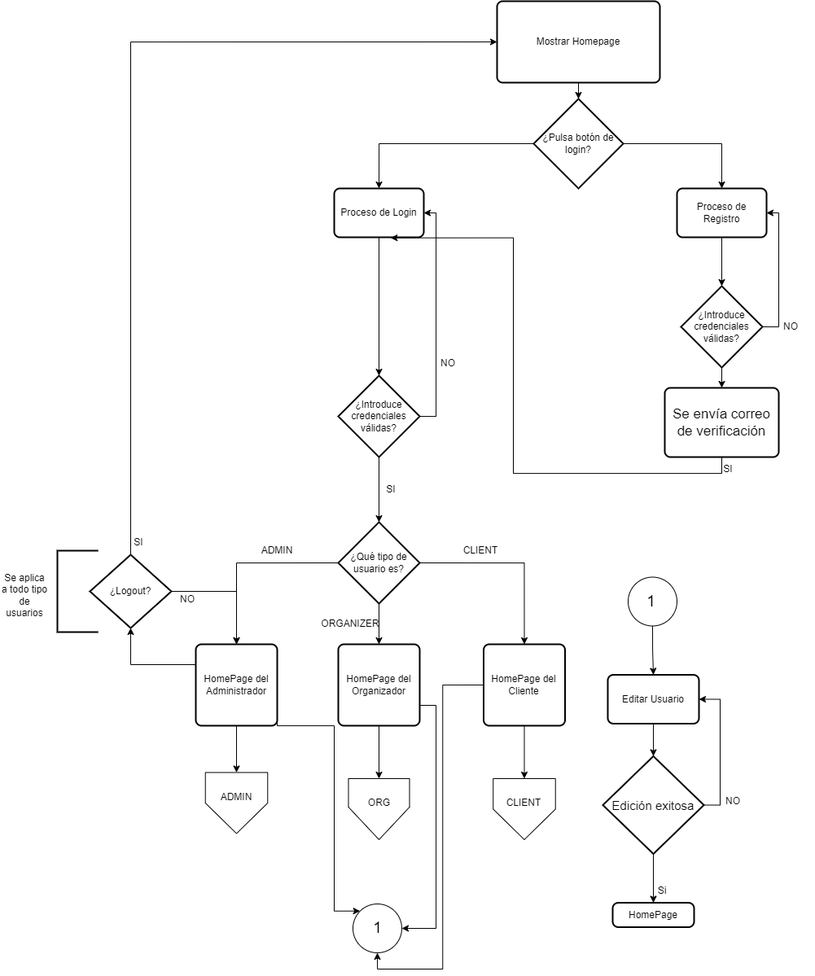
Above: memoriaTFG/FlujoEVS1.png in ruky00/EnterpriseEventSolutions (draw.io), before the change. Source tidied: cells renumbered, new cells last; positions are measured from the earlier drawing's top-left corner, leaving out a move shared by most shapes.
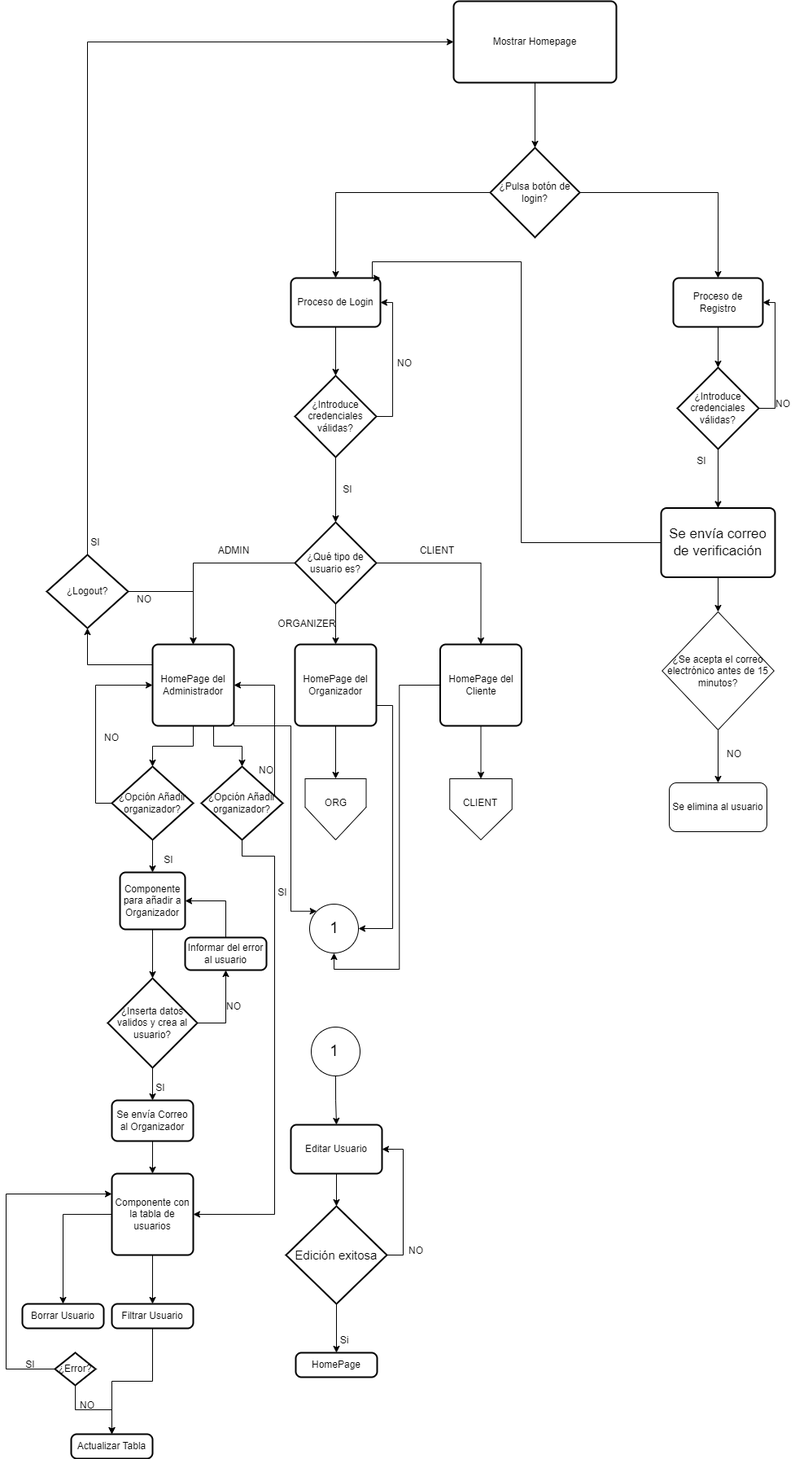
Above is the later version.

Change to the diagram source:
```diff
@@ -15,13 +15,13 @@
       <mxGeometry relative="1" as="geometry" />
     </mxCell>
     <mxCell id="6" value="¿Pulsa botón de login?" style="strokeWidth=2;html=1;shape=mxgraph.flowchart.decision;whiteSpace=wrap;" parent="1" vertex="1">
-      <mxGeometry x="655" y="120" width="110" height="110" as="geometry" />
+      <mxGeometry x="655" y="180" width="110" height="110" as="geometry" />
     </mxCell>
     <mxCell id="7" value="Proceso de Login" style="rounded=1;whiteSpace=wrap;html=1;absoluteArcSize=1;arcSize=14;strokeWidth=2;" parent="1" vertex="1">
-      <mxGeometry x="410" y="230" width="110" height="60" as="geometry" />
+      <mxGeometry x="410" y="340" width="110" height="60" as="geometry" />
     </mxCell>
     <mxCell id="8" value="Proceso de Registro" style="rounded=1;whiteSpace=wrap;html=1;absoluteArcSize=1;arcSize=14;strokeWidth=2;" parent="1" vertex="1">
-      <mxGeometry x="831" y="230" width="110" height="60" as="geometry" />
+      <mxGeometry x="880" y="340" width="110" height="60" as="geometry" />
     </mxCell>
     <mxCell id="9" style="edgeStyle=orthogonalEdgeStyle;rounded=0;jettySize=auto;html=1;exitX=1;exitY=0.5;exitDx=0;exitDy=0;exitPerimeter=0;entryX=1;entryY=0.5;entryDx=0;entryDy=0;" parent="1" edge="1" source="10" target="7">
       <mxGeometry relative="1" as="geometry" />
@@ -53,9 +53,6 @@
     <mxCell id="18" value="SI" style="text;html=1;align=center;verticalAlign=middle;whiteSpace=wrap;rounded=0;" parent="1" vertex="1">
       <mxGeometry x="450" y="584.5" width="60" height="30" as="geometry" />
     </mxCell>
-    <mxCell id="19" style="edgeStyle=orthogonalEdgeStyle;rounded=0;jettySize=auto;html=1;exitX=0.5;exitY=1;exitDx=0;exitDy=0;entryX=0.5;entryY=0;entryDx=0;entryDy=0;" parent="1" edge="1" source="20" target="62">
-      <mxGeometry relative="1" as="geometry" />
-    </mxCell>
     <mxCell id="20" value="HomePage del Administrador" style="rounded=1;whiteSpace=wrap;html=1;absoluteArcSize=1;arcSize=14;strokeWidth=2;" parent="1" vertex="1">
       <mxGeometry x="240" y="790" width="100" height="100" as="geometry" />
     </mxCell>
@@ -80,6 +77,127 @@
     <mxCell id="27" value="CLIENT" style="text;html=1;align=center;verticalAlign=middle;whiteSpace=wrap;rounded=0;" parent="1" vertex="1">
       <mxGeometry x="560" y="660" width="60" height="30" as="geometry" />
     </mxCell>
+    <mxCell id="66" style="edgeStyle=orthogonalEdgeStyle;rounded=0;jettySize=auto;html=1;exitX=0;exitY=0.5;exitDx=0;exitDy=0;exitPerimeter=0;entryX=0;entryY=0.5;entryDx=0;entryDy=0;" parent="1" edge="1" source="68" target="20">
+      <mxGeometry relative="1" as="geometry" />
+    </mxCell>
+    <mxCell id="67" style="edgeStyle=orthogonalEdgeStyle;rounded=0;jettySize=auto;html=1;exitX=0.5;exitY=1;exitDx=0;exitDy=0;exitPerimeter=0;entryX=0.5;entryY=0;entryDx=0;entryDy=0;" parent="1" edge="1" source="68" target="71">
+      <mxGeometry relative="1" as="geometry" />
+    </mxCell>
+    <mxCell id="68" value="¿Opción Añadir organizador?" style="strokeWidth=2;html=1;shape=mxgraph.flowchart.decision;whiteSpace=wrap;" parent="1" vertex="1">
+      <mxGeometry x="190" y="940" width="100" height="90" as="geometry" />
+    </mxCell>
+    <mxCell id="69" style="edgeStyle=orthogonalEdgeStyle;rounded=0;jettySize=auto;html=1;exitX=0.5;exitY=1;exitDx=0;exitDy=0;entryX=0.5;entryY=0;entryDx=0;entryDy=0;entryPerimeter=0;" parent="1" edge="1" source="20" target="68">
+      <mxGeometry relative="1" as="geometry" />
+    </mxCell>
+    <mxCell id="70" value="NO" style="text;html=1;align=center;verticalAlign=middle;whiteSpace=wrap;rounded=0;" parent="1" vertex="1">
+      <mxGeometry x="160" y="890" width="60" height="30" as="geometry" />
+    </mxCell>
+    <mxCell id="71" value="Componente para añadir a Organizador" style="rounded=1;whiteSpace=wrap;html=1;absoluteArcSize=1;arcSize=14;strokeWidth=2;" parent="1" vertex="1">
+      <mxGeometry x="200" y="1070" width="80" height="70" as="geometry" />
+    </mxCell>
+    <mxCell id="72" value="SI" style="text;html=1;align=center;verticalAlign=middle;whiteSpace=wrap;rounded=0;" parent="1" vertex="1">
+      <mxGeometry x="230" y="1040" width="60" height="30" as="geometry" />
+    </mxCell>
+    <mxCell id="73" style="edgeStyle=orthogonalEdgeStyle;rounded=0;jettySize=auto;html=1;exitX=1;exitY=0.5;exitDx=0;exitDy=0;exitPerimeter=0;" parent="1" edge="1" source="75" target="81">
+      <mxGeometry relative="1" as="geometry" />
+    </mxCell>
+    <mxCell id="74" style="edgeStyle=orthogonalEdgeStyle;rounded=0;jettySize=auto;html=1;exitX=0.5;exitY=1;exitDx=0;exitDy=0;exitPerimeter=0;entryX=0.5;entryY=0;entryDx=0;entryDy=0;" parent="1" edge="1" source="75" target="84">
+      <mxGeometry relative="1" as="geometry" />
+    </mxCell>
+    <mxCell id="75" value="¿Inserta datos validos y crea al usuario?" style="strokeWidth=2;html=1;shape=mxgraph.flowchart.decision;whiteSpace=wrap;" parent="1" vertex="1">
+      <mxGeometry x="185" y="1200" width="110" height="110" as="geometry" />
+    </mxCell>
+    <mxCell id="76" style="edgeStyle=orthogonalEdgeStyle;rounded=0;jettySize=auto;html=1;exitX=0.5;exitY=1;exitDx=0;exitDy=0;entryX=0.5;entryY=0;entryDx=0;entryDy=0;entryPerimeter=0;" parent="1" edge="1" source="71" target="75">
+      <mxGeometry relative="1" as="geometry" />
+    </mxCell>
+    <mxCell id="77" style="edgeStyle=orthogonalEdgeStyle;rounded=0;jettySize=auto;html=1;exitX=0;exitY=0.5;exitDx=0;exitDy=0;entryX=0.5;entryY=0;entryDx=0;entryDy=0;" parent="1" edge="1" source="79" target="92">
+      <mxGeometry relative="1" as="geometry" />
+    </mxCell>
+    <mxCell id="78" style="edgeStyle=orthogonalEdgeStyle;rounded=0;jettySize=auto;html=1;exitX=0.5;exitY=1;exitDx=0;exitDy=0;entryX=0.5;entryY=0;entryDx=0;entryDy=0;" parent="1" edge="1" source="79" target="94">
+      <mxGeometry relative="1" as="geometry" />
+    </mxCell>
+    <mxCell id="79" value="Componente con la tabla de usuarios" style="rounded=1;whiteSpace=wrap;html=1;absoluteArcSize=1;arcSize=14;strokeWidth=2;" parent="1" vertex="1">
+      <mxGeometry x="190" y="1440" width="100" height="100" as="geometry" />
+    </mxCell>
+    <mxCell id="80" style="edgeStyle=orthogonalEdgeStyle;rounded=0;jettySize=auto;html=1;exitX=0.5;exitY=0;exitDx=0;exitDy=0;entryX=1;entryY=0.5;entryDx=0;entryDy=0;" parent="1" edge="1" source="81" target="71">
+      <mxGeometry relative="1" as="geometry" />
+    </mxCell>
+    <mxCell id="81" value="Informar del error al usuario" style="rounded=1;whiteSpace=wrap;html=1;absoluteArcSize=1;arcSize=14;strokeWidth=2;" parent="1" vertex="1">
+      <mxGeometry x="280" y="1150" width="100" height="40" as="geometry" />
+    </mxCell>
+    <mxCell id="82" value="NO" style="text;html=1;align=center;verticalAlign=middle;whiteSpace=wrap;rounded=0;" parent="1" vertex="1">
+      <mxGeometry x="310" y="1220" width="60" height="30" as="geometry" />
+    </mxCell>
+    <mxCell id="83" style="edgeStyle=orthogonalEdgeStyle;rounded=0;jettySize=auto;html=1;exitX=0.5;exitY=1;exitDx=0;exitDy=0;entryX=0.5;entryY=0;entryDx=0;entryDy=0;" parent="1" edge="1" source="84" target="79">
+      <mxGeometry relative="1" as="geometry" />
+    </mxCell>
+    <mxCell id="84" value="Se envía Correo al Organizador" style="rounded=1;whiteSpace=wrap;html=1;absoluteArcSize=1;arcSize=14;strokeWidth=2;" parent="1" vertex="1">
+      <mxGeometry x="190" y="1350" width="100" height="50" as="geometry" />
+    </mxCell>
+    <mxCell id="85" value="SI" style="text;html=1;align=center;verticalAlign=middle;whiteSpace=wrap;rounded=0;" parent="1" vertex="1">
+      <mxGeometry x="220" y="1320" width="60" height="30" as="geometry" />
+    </mxCell>
+    <mxCell id="86" style="edgeStyle=orthogonalEdgeStyle;rounded=0;jettySize=auto;html=1;exitX=1;exitY=0.5;exitDx=0;exitDy=0;exitPerimeter=0;entryX=1;entryY=0.5;entryDx=0;entryDy=0;" parent="1" edge="1" source="88" target="20">
+      <mxGeometry relative="1" as="geometry">
+        <Array as="points">
+          <mxPoint x="390" y="985" />
+          <mxPoint x="390" y="840" />
+        </Array>
+      </mxGeometry>
+    </mxCell>
+    <mxCell id="87" style="edgeStyle=orthogonalEdgeStyle;rounded=0;jettySize=auto;html=1;exitX=0.5;exitY=1;exitDx=0;exitDy=0;exitPerimeter=0;entryX=1;entryY=0.5;entryDx=0;entryDy=0;" parent="1" edge="1" source="88" target="79">
+      <mxGeometry relative="1" as="geometry">
+        <Array as="points">
+          <mxPoint x="350" y="1050" />
+          <mxPoint x="390" y="1050" />
+          <mxPoint x="390" y="1490" />
+        </Array>
+      </mxGeometry>
+    </mxCell>
+    <mxCell id="88" value="¿Opción Añadir organizador?" style="strokeWidth=2;html=1;shape=mxgraph.flowchart.decision;whiteSpace=wrap;" parent="1" vertex="1">
+      <mxGeometry x="300" y="940" width="100" height="90" as="geometry" />
+    </mxCell>
+    <mxCell id="89" style="edgeStyle=orthogonalEdgeStyle;rounded=0;jettySize=auto;html=1;exitX=0.75;exitY=1;exitDx=0;exitDy=0;entryX=0.5;entryY=0;entryDx=0;entryDy=0;entryPerimeter=0;" parent="1" edge="1" source="20" target="88">
+      <mxGeometry relative="1" as="geometry" />
+    </mxCell>
+    <mxCell id="90" value="SI" style="text;html=1;align=center;verticalAlign=middle;whiteSpace=wrap;rounded=0;" parent="1" vertex="1">
+      <mxGeometry x="370" y="1080" width="60" height="30" as="geometry" />
+    </mxCell>
+    <mxCell id="91" value="NO" style="text;html=1;align=center;verticalAlign=middle;whiteSpace=wrap;rounded=0;" parent="1" vertex="1">
+      <mxGeometry x="350" y="930" width="60" height="30" as="geometry" />
+    </mxCell>
+    <mxCell id="92" value="Borrar Usuario" style="rounded=1;whiteSpace=wrap;html=1;absoluteArcSize=1;arcSize=14;strokeWidth=2;" parent="1" vertex="1">
+      <mxGeometry x="80" y="1600" width="100" height="30" as="geometry" />
+    </mxCell>
+    <mxCell id="93" style="edgeStyle=orthogonalEdgeStyle;rounded=0;jettySize=auto;html=1;exitX=0.5;exitY=1;exitDx=0;exitDy=0;entryX=0.5;entryY=0;entryDx=0;entryDy=0;" parent="1" edge="1" source="94" target="95">
+      <mxGeometry relative="1" as="geometry" />
+    </mxCell>
+    <mxCell id="94" value="Filtrar Usuario" style="rounded=1;whiteSpace=wrap;html=1;absoluteArcSize=1;arcSize=14;strokeWidth=2;" parent="1" vertex="1">
+      <mxGeometry x="190" y="1600" width="100" height="30" as="geometry" />
+    </mxCell>
+    <mxCell id="95" value="Actualizar Tabla" style="rounded=1;whiteSpace=wrap;html=1;absoluteArcSize=1;arcSize=14;strokeWidth=2;" parent="1" vertex="1">
+      <mxGeometry x="140" y="1760" width="100" height="30" as="geometry" />
+    </mxCell>
+    <mxCell id="96" style="edgeStyle=orthogonalEdgeStyle;rounded=0;jettySize=auto;html=1;entryX=0.5;entryY=0;entryDx=0;entryDy=0;" parent="1" edge="1" source="98" target="95">
+      <mxGeometry relative="1" as="geometry" />
+    </mxCell>
+    <mxCell id="97" style="edgeStyle=orthogonalEdgeStyle;rounded=0;jettySize=auto;html=1;exitX=0;exitY=0.5;exitDx=0;exitDy=0;exitPerimeter=0;entryX=0;entryY=0.25;entryDx=0;entryDy=0;" parent="1" edge="1" source="98" target="79">
+      <mxGeometry relative="1" as="geometry">
+        <Array as="points">
+          <mxPoint x="60" y="1680" />
+          <mxPoint x="60" y="1465" />
+        </Array>
+      </mxGeometry>
+    </mxCell>
+    <mxCell id="98" value="¿Error?" style="strokeWidth=2;html=1;shape=mxgraph.flowchart.decision;whiteSpace=wrap;" parent="1" vertex="1">
+      <mxGeometry x="120" y="1660" width="50" height="40" as="geometry" />
+    </mxCell>
+    <mxCell id="99" value="NO" style="text;html=1;align=center;verticalAlign=middle;whiteSpace=wrap;rounded=0;" parent="1" vertex="1">
+      <mxGeometry x="130" y="1710" width="60" height="30" as="geometry" />
+    </mxCell>
+    <mxCell id="100" value="SI" style="text;html=1;align=center;verticalAlign=middle;whiteSpace=wrap;rounded=0;" parent="1" vertex="1">
+      <mxGeometry x="60" y="1660" width="60" height="30" as="geometry" />
+    </mxCell>
     <mxCell id="28" style="verticalLabelPosition=bottom;verticalAlign=top;html=1;shape=offPageConnector;rounded=0;size=0.5333333333333333;" parent="1" vertex="1">
       <mxGeometry x="427.5" y="955" width="75" height="75" as="geometry" />
     </mxCell>
@@ -132,16 +250,16 @@
       <mxGeometry relative="1" as="geometry" />
     </mxCell>
     <mxCell id="43" style="verticalLabelPosition=bottom;verticalAlign=top;html=1;shape=mxgraph.flowchart.on-page_reference;" parent="1" vertex="1">
-      <mxGeometry x="771" y="707.5" width="60" height="60" as="geometry" />
+      <mxGeometry x="435" y="1260" width="60" height="60" as="geometry" />
     </mxCell>
     <mxCell id="44" value="Editar Usuario" style="rounded=1;whiteSpace=wrap;html=1;absoluteArcSize=1;arcSize=14;strokeWidth=2;" parent="1" vertex="1">
-      <mxGeometry x="746" y="827.5" width="112" height="60" as="geometry" />
+      <mxGeometry x="410" y="1380" width="112" height="60" as="geometry" />
     </mxCell>
     <mxCell id="45" value="&lt;font style=&quot;font-size: 19px;&quot;&gt;1&lt;/font&gt;" style="text;html=1;align=center;verticalAlign=middle;whiteSpace=wrap;rounded=0;" parent="1" vertex="1">
       <mxGeometry x="419.5" y="1116" width="87" height="46" as="geometry" />
     </mxCell>
     <mxCell id="46" value="&lt;font style=&quot;font-size: 19px;&quot;&gt;1&lt;/font&gt;" style="text;html=1;align=center;verticalAlign=middle;whiteSpace=wrap;rounded=0;" parent="1" vertex="1">
-      <mxGeometry x="755.5" y="714.5" width="87" height="46" as="geometry" />
+      <mxGeometry x="419.5" y="1267" width="87" height="46" as="geometry" />
     </mxCell>
     <mxCell id="47" style="edgeStyle=orthogonalEdgeStyle;rounded=0;jettySize=auto;html=1;exitX=0.5;exitY=1;exitDx=0;exitDy=0;exitPerimeter=0;entryX=0.5;entryY=0;entryDx=0;entryDy=0;" parent="1" edge="1" source="49" target="51">
       <mxGeometry relative="1" as="geometry" />
@@ -150,19 +268,19 @@
       <mxGeometry relative="1" as="geometry" />
     </mxCell>
     <mxCell id="49" value="&lt;font style=&quot;font-size: 15px;&quot;&gt;Edición exitosa&lt;/font&gt;" style="strokeWidth=2;html=1;shape=mxgraph.flowchart.decision;whiteSpace=wrap;" parent="1" vertex="1">
-      <mxGeometry x="740" y="927.5" width="124" height="120" as="geometry" />
+      <mxGeometry x="404" y="1480" width="124" height="120" as="geometry" />
     </mxCell>
     <mxCell id="50" style="edgeStyle=orthogonalEdgeStyle;rounded=0;jettySize=auto;html=1;exitX=0.5;exitY=1;exitDx=0;exitDy=0;entryX=0.5;entryY=0;entryDx=0;entryDy=0;entryPerimeter=0;" parent="1" edge="1" source="44" target="49">
       <mxGeometry relative="1" as="geometry" />
     </mxCell>
     <mxCell id="51" value="HomePage" style="rounded=1;whiteSpace=wrap;html=1;absoluteArcSize=1;arcSize=14;strokeWidth=2;" parent="1" vertex="1">
-      <mxGeometry x="752" y="1107.5" width="100" height="30" as="geometry" />
+      <mxGeometry x="416" y="1660" width="100" height="30" as="geometry" />
     </mxCell>
     <mxCell id="52" value="NO" style="text;html=1;align=center;verticalAlign=middle;whiteSpace=wrap;rounded=0;" parent="1" vertex="1">
-      <mxGeometry x="869.5" y="967.5" width="60" height="30" as="geometry" />
+      <mxGeometry x="533.5" y="1520" width="60" height="30" as="geometry" />
     </mxCell>
     <mxCell id="53" value="Si" style="text;html=1;align=center;verticalAlign=middle;whiteSpace=wrap;rounded=0;" parent="1" vertex="1">
-      <mxGeometry x="782.5" y="1077.5" width="60" height="30" as="geometry" />
+      <mxGeometry x="446.5" y="1630" width="60" height="30" as="geometry" />
     </mxCell>
     <mxCell id="54" style="edgeStyle=orthogonalEdgeStyle;rounded=0;jettySize=auto;html=1;exitX=0.5;exitY=1;exitDx=0;exitDy=0;exitPerimeter=0;" parent="1" edge="1" source="56" target="59">
       <mxGeometry relative="1" as="geometry" />
@@ -171,40 +289,44 @@
       <mxGeometry relative="1" as="geometry" />
     </mxCell>
     <mxCell id="56" value="¿Introduce credenciales válidas?" style="strokeWidth=2;html=1;shape=mxgraph.flowchart.decision;whiteSpace=wrap;" parent="1" vertex="1">
-      <mxGeometry x="836" y="350" width="100" height="100" as="geometry" />
+      <mxGeometry x="885" y="450" width="100" height="100" as="geometry" />
     </mxCell>
     <mxCell id="57" style="edgeStyle=orthogonalEdgeStyle;rounded=0;jettySize=auto;html=1;exitX=0.5;exitY=1;exitDx=0;exitDy=0;entryX=0.5;entryY=0;entryDx=0;entryDy=0;entryPerimeter=0;" parent="1" edge="1" source="8" target="56">
       <mxGeometry relative="1" as="geometry" />
     </mxCell>
-    <mxCell id="58" style="edgeStyle=orthogonalEdgeStyle;rounded=0;jettySize=auto;html=1;exitX=0.5;exitY=1;exitDx=0;exitDy=0;entryX=0.63;entryY=1.012;entryDx=0;entryDy=0;entryPerimeter=0;" parent="1" edge="1" source="59" target="7">
+    <mxCell id="58" style="edgeStyle=orthogonalEdgeStyle;rounded=0;jettySize=auto;html=1;entryX=1;entryY=0;entryDx=0;entryDy=0;" parent="1" edge="1" source="59" target="7">
       <mxGeometry relative="1" as="geometry">
         <Array as="points">
-          <mxPoint x="886" y="580" />
-          <mxPoint x="630" y="580" />
-          <mxPoint x="630" y="291" />
+          <mxPoint x="693" y="665" />
+          <mxPoint x="693" y="320" />
+          <mxPoint x="510" y="320" />
+          <mxPoint x="510" y="340" />
         </Array>
       </mxGeometry>
     </mxCell>
+    <mxCell id="101" style="edgeStyle=orthogonalEdgeStyle;rounded=0;jettySize=auto;html=1;exitX=0.5;exitY=1;exitDx=0;exitDy=0;entryX=0.5;entryY=0;entryDx=0;entryDy=0;" parent="1" edge="1" source="59" target="103">
+      <mxGeometry relative="1" as="geometry" />
+    </mxCell>
     <mxCell id="59" value="&lt;font style=&quot;font-size: 17px;&quot;&gt;Se envía correo de verificación&lt;/font&gt;" style="rounded=1;whiteSpace=wrap;html=1;absoluteArcSize=1;arcSize=14;strokeWidth=2;" parent="1" vertex="1">
-      <mxGeometry x="816" y="475" width="140" height="85" as="geometry" />
+      <mxGeometry x="865" y="622.5" width="140" height="85" as="geometry" />
     </mxCell>
     <mxCell id="60" value="NO" style="text;html=1;align=center;verticalAlign=middle;whiteSpace=wrap;rounded=0;" parent="1" vertex="1">
-      <mxGeometry x="941" y="385" width="60" height="30" as="geometry" />
+      <mxGeometry x="985" y="480" width="60" height="30" as="geometry" />
     </mxCell>
     <mxCell id="61" value="SI" style="text;html=1;align=center;verticalAlign=middle;whiteSpace=wrap;rounded=0;" parent="1" vertex="1">
-      <mxGeometry x="864" y="560" width="60" height="30" as="geometry" />
+      <mxGeometry x="885" y="550" width="60" height="30" as="geometry" />
     </mxCell>
-    <mxCell id="62" style="verticalLabelPosition=bottom;verticalAlign=top;html=1;shape=offPageConnector;rounded=0;size=0.5;" parent="1" vertex="1">
-      <mxGeometry x="251.8" y="947.5" width="76.5" height="75" as="geometry" />
-    </mxCell>
-    <mxCell id="63" value="ADMIN" style="text;html=1;align=center;verticalAlign=middle;whiteSpace=wrap;rounded=0;" parent="1" vertex="1">
-      <mxGeometry x="263" y="955" width="54" height="45" as="geometry" />
-    </mxCell>
-    <mxCell id="64" style="strokeWidth=2;html=1;shape=mxgraph.flowchart.annotation_1;align=left;" parent="1" vertex="1">
-      <mxGeometry x="70" y="675" width="50" height="100" as="geometry" />
-    </mxCell>
-    <mxCell id="65" value="Se aplica a todo tipo de usuarios" style="text;html=1;align=center;verticalAlign=middle;whiteSpace=wrap;rounded=0;" parent="1" vertex="1">
-      <mxGeometry y="714.5" width="60" height="30" as="geometry" />
-    </mxCell>
+    <mxCell id="102" style="edgeStyle=orthogonalEdgeStyle;rounded=0;jettySize=auto;html=1;exitX=0.5;exitY=1;exitDx=0;exitDy=0;" parent="1" edge="1" source="103" target="104">
+      <mxGeometry relative="1" as="geometry" />
+    </mxCell>
+    <mxCell id="103" value="¿Se acepta el correo electrónico antes de 15 minutos?" style="rhombus;whiteSpace=wrap;html=1;" parent="1" vertex="1">
+      <mxGeometry x="866.2" y="750" width="137.5" height="145" as="geometry" />
+    </mxCell>
+    <mxCell id="104" value="Se elimina al usuario" style="rounded=1;whiteSpace=wrap;html=1;" parent="1" vertex="1">
+      <mxGeometry x="875" y="960" width="120" height="60" as="geometry" />
+    </mxCell>
+    <mxCell id="105" value="NO" style="text;html=1;align=center;verticalAlign=middle;whiteSpace=wrap;rounded=0;" parent="1" vertex="1">
+      <mxGeometry x="925" y="910" width="60" height="30" as="geometry" />
+    </mxCell>
   </root>
 </mxGraphModel>
```
